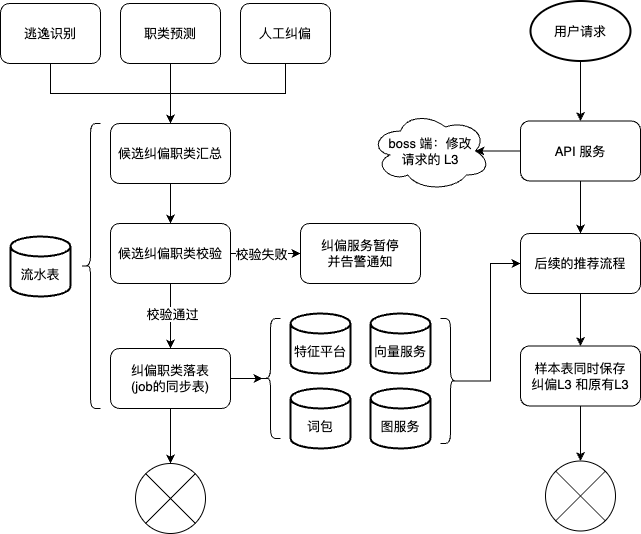
This is work-draw-file/职类纠偏.png from liujunao/draw-data, a draw.io export, as it was before one commit. Source tidied: cells renumbered, new cells last; positions are measured from the earlier drawing's top-left corner, leaving out a move shared by most shapes.
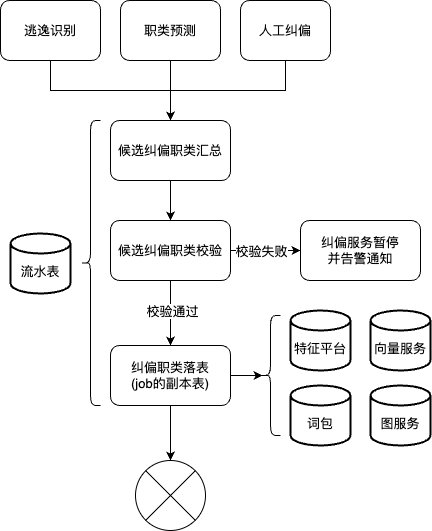
After the change.

Commit message:
更新职类纠偏.png

Diff of the diagram source:
```diff
@@ -8,7 +8,7 @@
     <mxCell id="3" style="edgeStyle=orthogonalEdgeStyle;rounded=0;jettySize=auto;html=1;exitX=0.5;exitY=1;exitDx=0;exitDy=0;entryX=0.5;entryY=0;entryDx=0;entryDy=0;entryPerimeter=0;" parent="1" edge="1" source="4" target="26">
       <mxGeometry relative="1" as="geometry" />
     </mxCell>
-    <mxCell id="4" value="纠偏职类落表&lt;br&gt;(job的同步表)" style="rounded=1;whiteSpace=wrap;html=1;" parent="1" vertex="1">
+    <mxCell id="4" value="纠偏职类落表&lt;br&gt;(job的副本表)" style="rounded=1;whiteSpace=wrap;html=1;" parent="1" vertex="1">
       <mxGeometry x="110" y="347" width="120" height="60" as="geometry" />
     </mxCell>
     <mxCell id="5" style="edgeStyle=orthogonalEdgeStyle;rounded=0;jettySize=auto;html=1;exitX=0.5;exitY=1;exitDx=0;exitDy=0;" parent="1" edge="1" source="9" target="4">
@@ -79,44 +79,5 @@
     <mxCell id="26" style="verticalLabelPosition=bottom;verticalAlign=top;html=1;shape=mxgraph.flowchart.or;" parent="1" vertex="1">
       <mxGeometry x="135" y="462" width="70" height="70" as="geometry" />
     </mxCell>
-    <mxCell id="27" style="edgeStyle=orthogonalEdgeStyle;rounded=0;jettySize=auto;html=1;exitX=0.5;exitY=1;exitDx=0;exitDy=0;exitPerimeter=0;entryX=0.5;entryY=0;entryDx=0;entryDy=0;" parent="1" edge="1" source="28" target="31">
-      <mxGeometry relative="1" as="geometry" />
-    </mxCell>
-    <mxCell id="28" value="用户请求" style="strokeWidth=2;html=1;shape=mxgraph.flowchart.start_1;whiteSpace=wrap;" parent="1" vertex="1">
-      <mxGeometry x="530" y="-0.5" width="100" height="60" as="geometry" />
-    </mxCell>
-    <mxCell id="29" style="edgeStyle=orthogonalEdgeStyle;rounded=0;jettySize=auto;html=1;exitX=0.5;exitY=1;exitDx=0;exitDy=0;" parent="1" edge="1" source="31" target="33">
-      <mxGeometry relative="1" as="geometry" />
-    </mxCell>
-    <mxCell id="30" style="edgeStyle=orthogonalEdgeStyle;rounded=0;jettySize=auto;html=1;exitX=0;exitY=0.5;exitDx=0;exitDy=0;entryX=0.875;entryY=0.5;entryDx=0;entryDy=0;entryPerimeter=0;" parent="1" edge="1" source="31" target="39">
-      <mxGeometry relative="1" as="geometry" />
-    </mxCell>
-    <mxCell id="31" value="API 服务" style="rounded=1;whiteSpace=wrap;html=1;" parent="1" vertex="1">
-      <mxGeometry x="520" y="119.5" width="120" height="60" as="geometry" />
-    </mxCell>
-    <mxCell id="32" style="edgeStyle=orthogonalEdgeStyle;rounded=0;jettySize=auto;html=1;exitX=0.5;exitY=1;exitDx=0;exitDy=0;" parent="1" edge="1" source="33" target="36">
-      <mxGeometry relative="1" as="geometry" />
-    </mxCell>
-    <mxCell id="33" value="后续的推荐流程" style="rounded=1;whiteSpace=wrap;html=1;" parent="1" vertex="1">
-      <mxGeometry x="520" y="232" width="120" height="60" as="geometry" />
-    </mxCell>
-    <mxCell id="34" style="verticalLabelPosition=bottom;verticalAlign=top;html=1;shape=mxgraph.flowchart.or;" parent="1" vertex="1">
-      <mxGeometry x="545" y="459.5" width="70" height="70" as="geometry" />
-    </mxCell>
-    <mxCell id="35" style="edgeStyle=orthogonalEdgeStyle;rounded=0;jettySize=auto;html=1;exitX=0.5;exitY=1;exitDx=0;exitDy=0;entryX=0.5;entryY=0;entryDx=0;entryDy=0;entryPerimeter=0;" parent="1" edge="1" source="36" target="34">
-      <mxGeometry relative="1" as="geometry" />
-    </mxCell>
-    <mxCell id="36" value="样本表同时保存&lt;br&gt;纠偏L3 和原有L3" style="rounded=1;whiteSpace=wrap;html=1;" parent="1" vertex="1">
-      <mxGeometry x="520" y="344.5" width="120" height="60" as="geometry" />
-    </mxCell>
-    <mxCell id="37" style="edgeStyle=orthogonalEdgeStyle;rounded=0;jettySize=auto;html=1;exitX=0.1;exitY=0.5;exitDx=0;exitDy=0;exitPerimeter=0;entryX=0;entryY=0.5;entryDx=0;entryDy=0;" parent="1" edge="1" source="38" target="33">
-      <mxGeometry relative="1" as="geometry" />
-    </mxCell>
-    <mxCell id="38" style="shape=curlyBracket;whiteSpace=wrap;html=1;rounded=1;flipH=1;labelPosition=right;verticalLabelPosition=middle;align=left;verticalAlign=middle;size=0.5;" parent="1" vertex="1">
-      <mxGeometry x="440" y="317" width="20" height="125" as="geometry" />
-    </mxCell>
-    <mxCell id="39" value="boss 端：修改&lt;br&gt;请求的 L3" style="ellipse;shape=cloud;whiteSpace=wrap;html=1;" parent="1" vertex="1">
-      <mxGeometry x="370" y="109.5" width="120" height="80" as="geometry" />
-    </mxCell>
   </root>
 </mxGraphModel>
```
